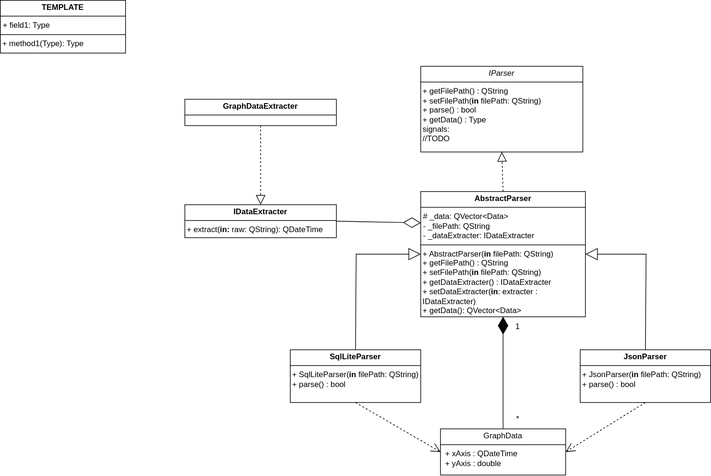
Above: uml.svg in KVRTeJ/GraphPrinter (draw.io), before the change. Source tidied: cells renumbered, new cells last; positions are measured from the earlier drawing's top-left corner, leaving out a move shared by most shapes.
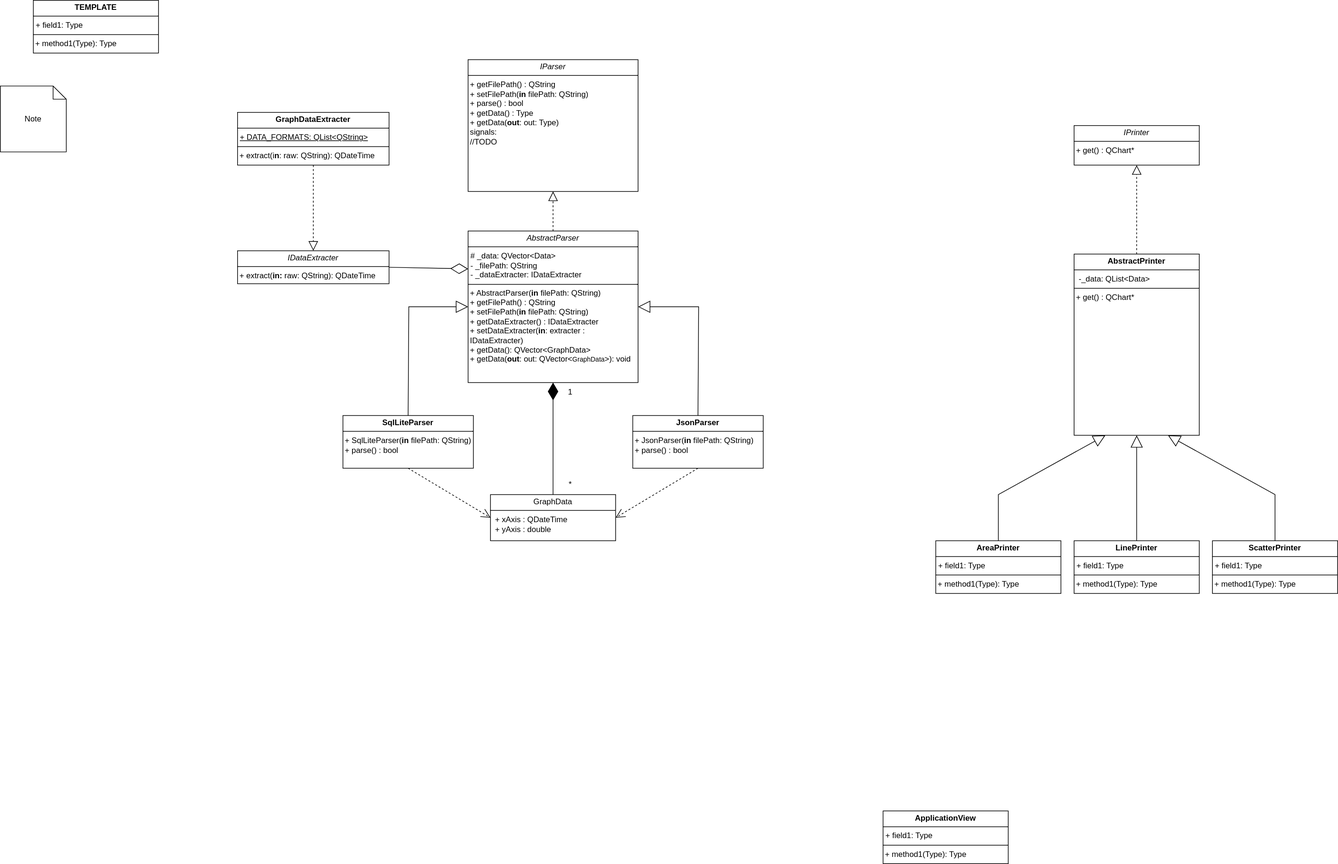
Above is the later version.

Commit message:
feat: обновил uml диаграмму для принтеров данных

Diff of the diagram source:
```diff
@@ -2,17 +2,17 @@
   <root>
     <mxCell id="0" />
     <mxCell id="1" parent="0" />
-    <mxCell id="2" value="&lt;p style=&quot;margin:0px;margin-top:4px;text-align:center;&quot;&gt;&lt;i&gt;IParser&lt;/i&gt;&lt;/p&gt;&lt;hr size=&quot;1&quot; style=&quot;border-style:solid;&quot;&gt;&lt;div&gt;&amp;nbsp;+ getFilePath() : QString&lt;/div&gt;&lt;div&gt;&amp;nbsp;+ setFilePath(&lt;b&gt;in&lt;/b&gt; filePath: QString) &lt;br&gt;&lt;/div&gt;&lt;div&gt;&amp;nbsp;+ parse() : bool&lt;/div&gt;&lt;div&gt;&amp;nbsp;+ getData() : Type&lt;/div&gt;&lt;div&gt;&amp;nbsp;signals: &lt;br&gt;&amp;nbsp;//TODO&lt;/div&gt;&lt;div&gt;&amp;nbsp;&lt;/div&gt;" style="verticalAlign=top;align=left;overflow=fill;html=1;whiteSpace=wrap;" parent="1" vertex="1">
-      <mxGeometry x="638" y="100" width="246" height="130" as="geometry" />
+    <mxCell id="2" value="&lt;p style=&quot;margin:0px;margin-top:4px;text-align:center;&quot;&gt;&lt;i&gt;IParser&lt;/i&gt;&lt;/p&gt;&lt;hr size=&quot;1&quot; style=&quot;border-style:solid;&quot;&gt;&lt;div&gt;&amp;nbsp;+ getFilePath() : QString&lt;/div&gt;&lt;div&gt;&amp;nbsp;+ setFilePath(&lt;b&gt;in&lt;/b&gt; filePath: QString) &lt;br&gt;&lt;/div&gt;&lt;div&gt;&amp;nbsp;+ parse() : bool&lt;/div&gt;&lt;div&gt;&amp;nbsp;+ getData() : Type&lt;/div&gt;&lt;div&gt;&amp;nbsp;+ getData(&lt;b&gt;out&lt;/b&gt;: out: Type)&lt;/div&gt;&lt;div&gt;&amp;nbsp;signals: &lt;br&gt;&amp;nbsp;//TODO&lt;/div&gt;&lt;div&gt;&amp;nbsp;&lt;/div&gt;" style="verticalAlign=top;align=left;overflow=fill;html=1;whiteSpace=wrap;" parent="1" vertex="1">
+      <mxGeometry x="660" y="90" width="258" height="200" as="geometry" />
     </mxCell>
     <mxCell id="3" value="&lt;p style=&quot;margin:0px;margin-top:4px;text-align:center;&quot;&gt;&lt;b&gt;TEMPLATE&lt;/b&gt;&lt;/p&gt;&lt;hr size=&quot;1&quot; style=&quot;border-style:solid;&quot;&gt;&lt;p style=&quot;margin:0px;margin-left:4px;&quot;&gt;+ field1: Type&lt;/p&gt;&lt;hr size=&quot;1&quot; style=&quot;border-style:solid;&quot;&gt;&amp;nbsp;+ method1(Type): Type" style="verticalAlign=top;align=left;overflow=fill;html=1;whiteSpace=wrap;" parent="1" vertex="1">
       <mxGeometry width="190" height="80" as="geometry" />
     </mxCell>
-    <mxCell id="4" value="&lt;p style=&quot;margin:0px;margin-top:4px;text-align:center;&quot;&gt;&lt;b&gt;AbstractParser&lt;/b&gt;&lt;/p&gt;&lt;hr size=&quot;1&quot; style=&quot;border-style:solid;&quot;&gt;&lt;p style=&quot;margin:0px;margin-left:4px;&quot;&gt;# _data: QVector&amp;lt;Data&amp;gt;&lt;/p&gt;&lt;p style=&quot;margin:0px;margin-left:4px;&quot;&gt;- _filePath: QString&lt;/p&gt;&lt;p style=&quot;margin:0px;margin-left:4px;&quot;&gt;- _dataExtracter: IDataExtracter&lt;/p&gt;&lt;p style=&quot;margin:0px;margin-top:4px;text-align:center;&quot;&gt;&lt;/p&gt;&lt;hr size=&quot;1&quot; style=&quot;border-style:solid;&quot;&gt;&lt;div&gt;&amp;nbsp;+ AbstractParser(&lt;b&gt;in &lt;/b&gt;filePath: QString)&lt;/div&gt;&lt;div&gt;&amp;nbsp;+ getFilePath() : QString&lt;/div&gt;&lt;div&gt;&amp;nbsp;+ setFilePath(&lt;b&gt;in&lt;/b&gt; filePath: QString)&lt;/div&gt;&lt;div&gt;&amp;nbsp;+ getDataExtracter() : IDataExtracter&lt;/div&gt;&lt;div&gt;&amp;nbsp;+ setDataExtracter(&lt;b&gt;in&lt;/b&gt;: extracter :&amp;nbsp;&amp;nbsp;&lt;/div&gt;&lt;div&gt;&amp;nbsp;IDataExtracter)&lt;/div&gt;&lt;div&gt;&amp;nbsp;+ getData(): QVector&amp;lt;Data&amp;gt; &lt;/div&gt;" style="verticalAlign=top;align=left;overflow=fill;html=1;whiteSpace=wrap;" parent="1" vertex="1">
-      <mxGeometry x="638" y="290" width="250" height="190" as="geometry" />
+    <mxCell id="4" value="&lt;p style=&quot;margin:0px;margin-top:4px;text-align:center;&quot;&gt;&lt;i&gt;AbstractParser&lt;/i&gt;&lt;/p&gt;&lt;hr size=&quot;1&quot; style=&quot;border-style:solid;&quot;&gt;&lt;p style=&quot;margin:0px;margin-left:4px;&quot;&gt;# _data: QVector&amp;lt;Data&amp;gt;&lt;/p&gt;&lt;p style=&quot;margin:0px;margin-left:4px;&quot;&gt;- _filePath: QString&lt;/p&gt;&lt;p style=&quot;margin:0px;margin-left:4px;&quot;&gt;- _dataExtracter: IDataExtracter&lt;/p&gt;&lt;p style=&quot;margin:0px;margin-top:4px;text-align:center;&quot;&gt;&lt;/p&gt;&lt;hr size=&quot;1&quot; style=&quot;border-style:solid;&quot;&gt;&lt;div&gt;&amp;nbsp;+ AbstractParser(&lt;b&gt;in &lt;/b&gt;filePath: QString)&lt;/div&gt;&lt;div&gt;&amp;nbsp;+ getFilePath() : QString&lt;/div&gt;&lt;div&gt;&amp;nbsp;+ setFilePath(&lt;b&gt;in&lt;/b&gt; filePath: QString)&lt;/div&gt;&lt;div&gt;&amp;nbsp;+ getDataExtracter() : IDataExtracter&lt;/div&gt;&lt;div&gt;&amp;nbsp;+ setDataExtracter(&lt;b&gt;in&lt;/b&gt;: extracter :&amp;nbsp;&amp;nbsp;&lt;/div&gt;&lt;div&gt;&amp;nbsp;IDataExtracter)&lt;/div&gt;&lt;div&gt;&amp;nbsp;+ getData(): QVector&amp;lt;GraphData&amp;gt; &lt;br&gt;&lt;/div&gt;&lt;div&gt;&amp;nbsp;+ getData(&lt;b&gt;out&lt;/b&gt;: out: QVector&amp;lt;&lt;font style=&quot;font-size: 10px;&quot;&gt;GraphData&lt;/font&gt;&amp;gt;): void&lt;/div&gt;" style="verticalAlign=top;align=left;overflow=fill;html=1;whiteSpace=wrap;" parent="1" vertex="1">
+      <mxGeometry x="660" y="350" width="258" height="230" as="geometry" />
     </mxCell>
     <mxCell id="5" value="&lt;p style=&quot;margin:0px;margin-top:4px;text-align:center;&quot;&gt;&lt;b&gt;SqlLiteParser&lt;/b&gt;&lt;/p&gt;&lt;hr size=&quot;1&quot; style=&quot;border-style:solid;&quot;&gt;&lt;div&gt;&amp;nbsp;+ SqlLiteParser(&lt;b&gt;in &lt;/b&gt;filePath: QString)&lt;/div&gt;&lt;div&gt;&amp;nbsp;+ parse() : bool&lt;/div&gt;" style="verticalAlign=top;align=left;overflow=fill;html=1;whiteSpace=wrap;" parent="1" vertex="1">
-      <mxGeometry x="440" y="530" width="198" height="80" as="geometry" />
+      <mxGeometry x="470" y="630" width="198" height="80" as="geometry" />
     </mxCell>
     <mxCell id="6" style="endArrow=block;dashed=1;endFill=0;endSize=12;html=1;rounded=0;exitX=0.5;exitY=0;exitDx=0;exitDy=0;entryX=0.5;entryY=1;entryDx=0;entryDy=0;" parent="1" edge="1" source="4" target="2">
       <mxGeometry relative="1" as="geometry" />
@@ -20,19 +20,19 @@
     <mxCell id="7" style="endArrow=block;endSize=16;endFill=0;html=1;rounded=0;exitX=0.5;exitY=0;exitDx=0;exitDy=0;entryX=0;entryY=0.5;entryDx=0;entryDy=0;" parent="1" edge="1" source="5" target="4">
       <mxGeometry relative="1" as="geometry">
         <Array as="points">
-          <mxPoint x="540" y="385" />
+          <mxPoint x="570" y="465" />
         </Array>
       </mxGeometry>
     </mxCell>
     <mxCell id="8" style="endArrow=block;endSize=16;endFill=0;html=1;rounded=0;exitX=0.5;exitY=0;exitDx=0;exitDy=0;entryX=1;entryY=0.5;entryDx=0;entryDy=0;" parent="1" edge="1" source="15" target="4">
       <mxGeometry relative="1" as="geometry">
         <Array as="points">
-          <mxPoint x="980" y="385" />
+          <mxPoint x="1010" y="465" />
         </Array>
       </mxGeometry>
     </mxCell>
     <mxCell id="9" value="&lt;p style=&quot;margin:0px;margin-top:4px;text-align:center;&quot;&gt;GraphData&lt;/p&gt;&lt;hr size=&quot;1&quot; style=&quot;border-style:solid;&quot;&gt;&lt;p style=&quot;margin:0px;margin-left:4px;&quot;&gt;&amp;nbsp;+ xAxis : QDateTime&lt;/p&gt;&lt;p style=&quot;margin:0px;margin-left:4px;&quot;&gt;&amp;nbsp;+ yAxis : double&lt;/p&gt;" style="verticalAlign=top;align=left;overflow=fill;html=1;whiteSpace=wrap;" parent="1" vertex="1">
-      <mxGeometry x="668" y="650" width="190" height="70" as="geometry" />
+      <mxGeometry x="694" y="750" width="190" height="70" as="geometry" />
     </mxCell>
     <mxCell id="10" style="endArrow=open;endSize=12;dashed=1;html=1;rounded=0;exitX=0.5;exitY=1;exitDx=0;exitDy=0;entryX=0;entryY=0.5;entryDx=0;entryDy=0;" parent="1" edge="1" source="5" target="9">
       <mxGeometry relative="1" as="geometry" />
@@ -44,25 +44,72 @@
       <mxGeometry relative="1" as="geometry" />
     </mxCell>
     <mxCell id="13" value="*" style="text;html=1;align=center;verticalAlign=middle;strokeColor=none;fillColor=none;" parent="1" vertex="1">
-      <mxGeometry x="770" y="620" width="30" height="30" as="geometry" />
+      <mxGeometry x="800" y="720" width="30" height="30" as="geometry" />
     </mxCell>
     <mxCell id="14" value="1" style="text;html=1;align=center;verticalAlign=middle;strokeColor=none;fillColor=none;" parent="1" vertex="1">
-      <mxGeometry x="770" y="480" width="30" height="30" as="geometry" />
+      <mxGeometry x="800" y="580" width="30" height="30" as="geometry" />
     </mxCell>
     <mxCell id="15" value="&lt;p style=&quot;margin:0px;margin-top:4px;text-align:center;&quot;&gt;&lt;b&gt;JsonParser&lt;/b&gt;&lt;/p&gt;&lt;hr size=&quot;1&quot; style=&quot;border-style:solid;&quot;&gt;&lt;div&gt;&amp;nbsp;+ JsonParser(&lt;b&gt;in &lt;/b&gt;filePath: QString)&lt;/div&gt;&lt;div&gt;&amp;nbsp;+ parse() : bool&lt;/div&gt;" style="verticalAlign=top;align=left;overflow=fill;html=1;whiteSpace=wrap;" parent="1" vertex="1">
-      <mxGeometry x="880" y="530" width="198" height="80" as="geometry" />
+      <mxGeometry x="910" y="630" width="198" height="80" as="geometry" />
     </mxCell>
-    <mxCell id="16" value="&lt;p style=&quot;margin:0px;margin-top:4px;text-align:center;&quot;&gt;&lt;b&gt;IDataExtracter&lt;/b&gt;&lt;/p&gt;&lt;hr size=&quot;1&quot; style=&quot;border-style:solid;&quot;&gt;&amp;nbsp;+ extract(&lt;b&gt;in: &lt;/b&gt;raw: QString): QDateTime " style="verticalAlign=top;align=left;overflow=fill;html=1;whiteSpace=wrap;" parent="1" vertex="1">
-      <mxGeometry x="280" y="310" width="230" height="50" as="geometry" />
+    <mxCell id="16" value="&lt;p style=&quot;margin:0px;margin-top:4px;text-align:center;&quot;&gt;&lt;i&gt;IDataExtracter&lt;/i&gt;&lt;/p&gt;&lt;hr size=&quot;1&quot; style=&quot;border-style:solid;&quot;&gt;&amp;nbsp;+ extract(&lt;b&gt;in: &lt;/b&gt;raw: QString): QDateTime " style="verticalAlign=top;align=left;overflow=fill;html=1;whiteSpace=wrap;" parent="1" vertex="1">
+      <mxGeometry x="310" y="380" width="230" height="50" as="geometry" />
     </mxCell>
     <mxCell id="17" style="endArrow=diamondThin;endFill=0;endSize=24;html=1;rounded=0;exitX=1;exitY=0.5;exitDx=0;exitDy=0;entryX=0;entryY=0.25;entryDx=0;entryDy=0;" parent="1" edge="1" source="16" target="4">
       <mxGeometry relative="1" as="geometry" />
     </mxCell>
-    <mxCell id="18" value="&lt;p style=&quot;margin:0px;margin-top:4px;text-align:center;&quot;&gt;&lt;b&gt;GraphDataExtracter&lt;/b&gt;&lt;/p&gt;&lt;hr size=&quot;1&quot; style=&quot;border-style:solid;&quot;&gt;" style="verticalAlign=top;align=left;overflow=fill;html=1;whiteSpace=wrap;" parent="1" vertex="1">
-      <mxGeometry x="280" y="150" width="230" height="40" as="geometry" />
-    </mxCell>
-    <mxCell id="19" style="endArrow=block;dashed=1;endFill=0;endSize=12;html=1;rounded=0;exitX=0.5;exitY=1;exitDx=0;exitDy=0;entryX=0.5;entryY=0;entryDx=0;entryDy=0;" parent="1" edge="1" source="18" target="16">
+    <mxCell id="19" style="endArrow=block;dashed=1;endFill=0;endSize=12;html=1;rounded=0;exitX=0.5;exitY=1;exitDx=0;exitDy=0;entryX=0.5;entryY=0;entryDx=0;entryDy=0;" parent="1" edge="1" source="20" target="16">
       <mxGeometry relative="1" as="geometry" />
     </mxCell>
+    <mxCell id="20" value="&lt;p style=&quot;margin:0px;margin-top:4px;text-align:center;&quot;&gt;&lt;b&gt;GraphDataExtracter&lt;/b&gt;&lt;/p&gt;&lt;p style=&quot;margin:0px;margin-top:4px;text-align:center;&quot;&gt;&lt;/p&gt;&lt;hr size=&quot;1&quot; style=&quot;border-style:solid;&quot;&gt;&lt;p style=&quot;margin:0px;margin-left:4px;&quot;&gt;&lt;u&gt;+ DATA_FORMATS: QList&amp;lt;QString&amp;gt;&lt;/u&gt;&lt;/p&gt;&lt;hr size=&quot;1&quot; style=&quot;border-style:solid;&quot;&gt;&amp;nbsp;+ extract(i&lt;b&gt;n&lt;/b&gt;: raw: QString): QDateTime" style="verticalAlign=top;align=left;overflow=fill;html=1;whiteSpace=wrap;" parent="1" vertex="1">
+      <mxGeometry x="310" y="170" width="230" height="80" as="geometry" />
+    </mxCell>
+    <mxCell id="21" value="&lt;p style=&quot;margin:0px;margin-top:4px;text-align:center;&quot;&gt;&lt;b&gt;ApplicationView&lt;/b&gt;&lt;/p&gt;&lt;hr size=&quot;1&quot; style=&quot;border-style:solid;&quot;&gt;&lt;p style=&quot;margin:0px;margin-left:4px;&quot;&gt;+ field1: Type&lt;/p&gt;&lt;hr size=&quot;1&quot; style=&quot;border-style:solid;&quot;&gt;&amp;nbsp;+ method1(Type): Type" style="verticalAlign=top;align=left;overflow=fill;html=1;whiteSpace=wrap;" parent="1" vertex="1">
+      <mxGeometry x="1290" y="1230" width="190" height="80" as="geometry" />
+    </mxCell>
+    <mxCell id="22" value="Note" style="shape=note;size=20;whiteSpace=wrap;html=1;" parent="1" vertex="1">
+      <mxGeometry x="-50" y="130" width="100" height="100" as="geometry" />
+    </mxCell>
+    <mxCell id="23" style="edgeStyle=orthogonalEdgeStyle;rounded=0;orthogonalLoop=1;jettySize=auto;html=1;exitX=0.5;exitY=1;exitDx=0;exitDy=0;" parent="1" edge="1">
+      <mxGeometry relative="1" as="geometry">
+        <mxPoint x="1675" y="490" as="sourcePoint" />
+        <mxPoint x="1675" y="490" as="targetPoint" />
+      </mxGeometry>
+    </mxCell>
+    <mxCell id="24" value="&lt;p style=&quot;margin:0px;margin-top:4px;text-align:center;&quot;&gt;&lt;b&gt;LinePrinter&lt;/b&gt;&lt;/p&gt;&lt;hr size=&quot;1&quot; style=&quot;border-style:solid;&quot;&gt;&lt;p style=&quot;margin:0px;margin-left:4px;&quot;&gt;+ field1: Type&lt;/p&gt;&lt;hr size=&quot;1&quot; style=&quot;border-style:solid;&quot;&gt;&amp;nbsp;+ method1(Type): Type" style="verticalAlign=top;align=left;overflow=fill;html=1;whiteSpace=wrap;" parent="1" vertex="1">
+      <mxGeometry x="1580" y="820" width="190" height="80" as="geometry" />
+    </mxCell>
+    <mxCell id="25" value="&lt;p style=&quot;margin:0px;margin-top:4px;text-align:center;&quot;&gt;&lt;b&gt;AreaPrinter&lt;/b&gt;&lt;/p&gt;&lt;hr size=&quot;1&quot; style=&quot;border-style:solid;&quot;&gt;&lt;p style=&quot;margin:0px;margin-left:4px;&quot;&gt;+ field1: Type&lt;/p&gt;&lt;hr size=&quot;1&quot; style=&quot;border-style:solid;&quot;&gt;&amp;nbsp;+ method1(Type): Type" style="verticalAlign=top;align=left;overflow=fill;html=1;whiteSpace=wrap;" parent="1" vertex="1">
+      <mxGeometry x="1370" y="820" width="190" height="80" as="geometry" />
+    </mxCell>
+    <mxCell id="26" value="&lt;p style=&quot;margin:0px;margin-top:4px;text-align:center;&quot;&gt;&lt;b&gt;ScatterPrinter&lt;/b&gt;&lt;/p&gt;&lt;hr size=&quot;1&quot; style=&quot;border-style:solid;&quot;&gt;&lt;p style=&quot;margin:0px;margin-left:4px;&quot;&gt;+ field1: Type&lt;/p&gt;&lt;hr size=&quot;1&quot; style=&quot;border-style:solid;&quot;&gt;&amp;nbsp;+ method1(Type): Type" style="verticalAlign=top;align=left;overflow=fill;html=1;whiteSpace=wrap;" parent="1" vertex="1">
+      <mxGeometry x="1790" y="820" width="190" height="80" as="geometry" />
+    </mxCell>
+    <mxCell id="27" value="&lt;p style=&quot;margin:0px;margin-top:4px;text-align:center;&quot;&gt;&lt;i&gt;IPrinter&lt;/i&gt;&lt;/p&gt;&lt;hr size=&quot;1&quot; style=&quot;border-style:solid;&quot;&gt;&amp;nbsp;+ get() : QChart*" style="verticalAlign=top;align=left;overflow=fill;html=1;whiteSpace=wrap;" parent="1" vertex="1">
+      <mxGeometry x="1580" y="190" width="190" height="60" as="geometry" />
+    </mxCell>
+    <mxCell id="28" style="endArrow=block;dashed=1;endFill=0;endSize=12;html=1;rounded=0;exitX=0.5;exitY=0;exitDx=0;exitDy=0;entryX=0.5;entryY=1;entryDx=0;entryDy=0;" parent="1" edge="1" source="29" target="27">
+      <mxGeometry relative="1" as="geometry" />
+    </mxCell>
+    <mxCell id="29" value="&lt;p style=&quot;margin:0px;margin-top:4px;text-align:center;&quot;&gt;&lt;b&gt;AbstractPrinter&lt;/b&gt;&lt;/p&gt;&lt;hr size=&quot;1&quot; style=&quot;border-style:solid;&quot;&gt;&lt;p style=&quot;margin:0px;margin-left:4px;&quot;&gt;&amp;nbsp;-_data: QList&amp;lt;Data&amp;gt;&lt;/p&gt;&lt;hr size=&quot;1&quot; style=&quot;border-style:solid;&quot;&gt;&amp;nbsp;+ get() : QChart*" style="verticalAlign=top;align=left;overflow=fill;html=1;whiteSpace=wrap;" parent="1" vertex="1">
+      <mxGeometry x="1580" y="385" width="190" height="275" as="geometry" />
+    </mxCell>
+    <mxCell id="30" style="endArrow=block;endSize=16;endFill=0;html=1;rounded=0;exitX=0.5;exitY=0;exitDx=0;exitDy=0;entryX=0.25;entryY=1;entryDx=0;entryDy=0;" parent="1" edge="1" source="25" target="29">
+      <mxGeometry relative="1" as="geometry">
+        <Array as="points">
+          <mxPoint x="1465" y="750" />
+        </Array>
+      </mxGeometry>
+    </mxCell>
+    <mxCell id="31" style="endArrow=block;endSize=16;endFill=0;html=1;rounded=0;exitX=0.5;exitY=0;exitDx=0;exitDy=0;entryX=0.75;entryY=1;entryDx=0;entryDy=0;" parent="1" edge="1" source="26" target="29">
+      <mxGeometry relative="1" as="geometry">
+        <Array as="points">
+          <mxPoint x="1885" y="750" />
+        </Array>
+      </mxGeometry>
+    </mxCell>
+    <mxCell id="32" style="endArrow=block;endSize=16;endFill=0;html=1;rounded=0;exitX=0.5;exitY=0;exitDx=0;exitDy=0;entryX=0.5;entryY=1;entryDx=0;entryDy=0;" parent="1" edge="1" source="24" target="29">
+      <mxGeometry relative="1" as="geometry" />
+    </mxCell>
   </root>
 </mxGraphModel>
```
